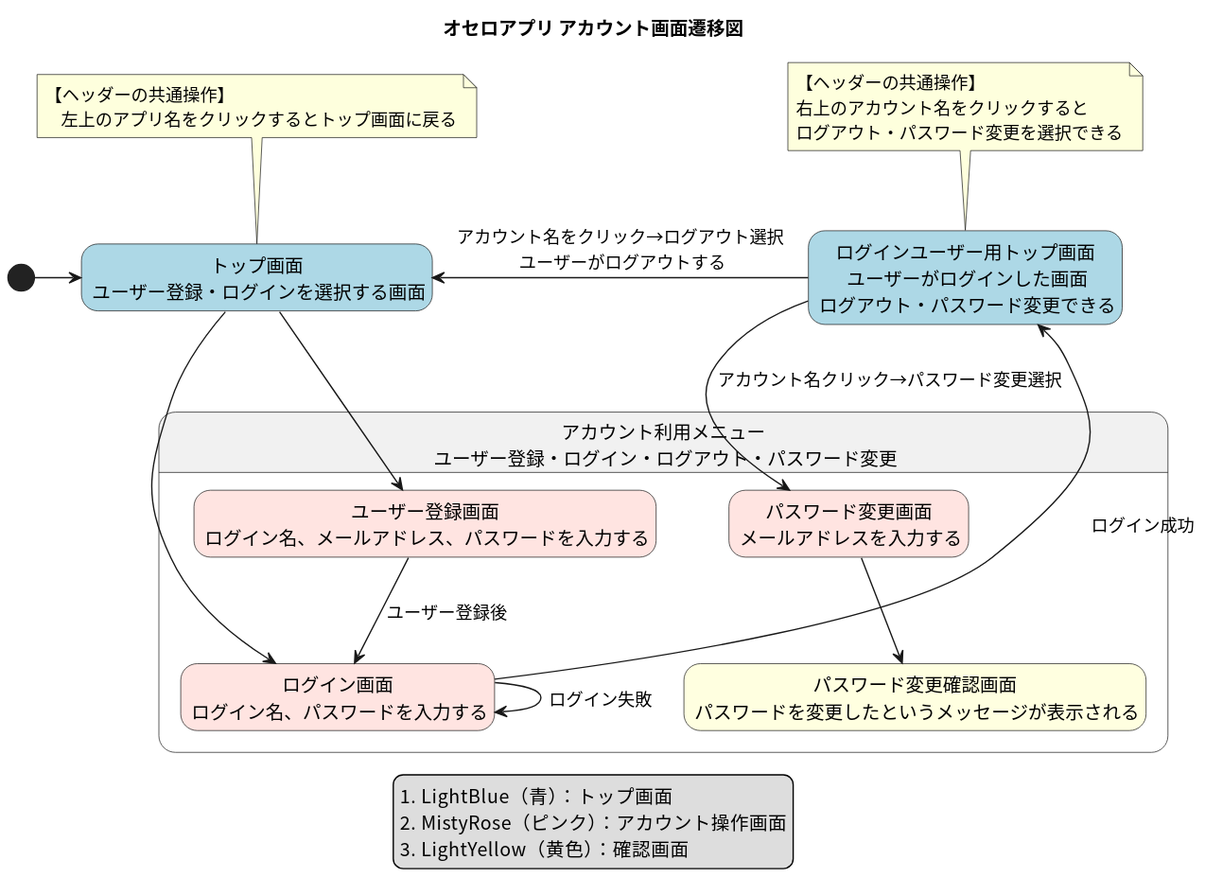
Above: docs/screen_flow/account_flow/account_flow.svg in tomoki-shiozaki/othello (PlantUML), before the change.
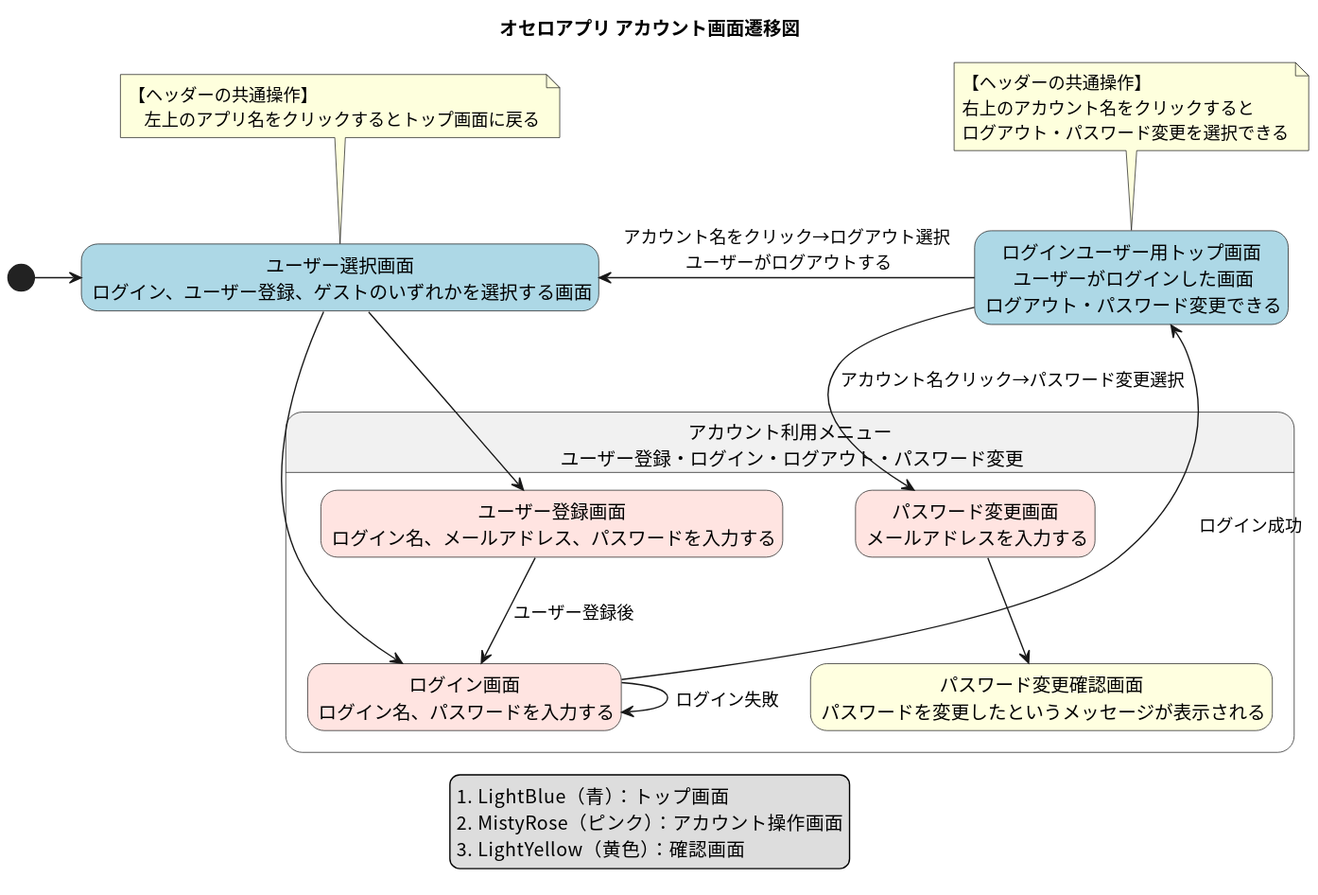
Above is the later version.

Commit message:
docs(screen flow): describe login, signup, and guest buttons on the user selection screen

What changed in the source:
```diff
@@ -8,7 +8,7 @@
 
 [*] -right-> notLogin
 
-    state "トップ画面\n ユーザー登録・ログインを選択する画面" as notLogin <<トップ画面>>
+    state "ユーザー選択画面\n ログイン、ユーザー登録、ゲストのいずれかを選択する画面" as notLogin <<トップ画面>>
     state "ログインユーザー用トップ画面\n ユーザーがログインした画面\n ログアウト・パスワード変更できる" as top <<トップ画面>>
     top -left-> notLogin : アカウント名をクリック→ログアウト選択\n ユーザーがログアウトする
 
```
